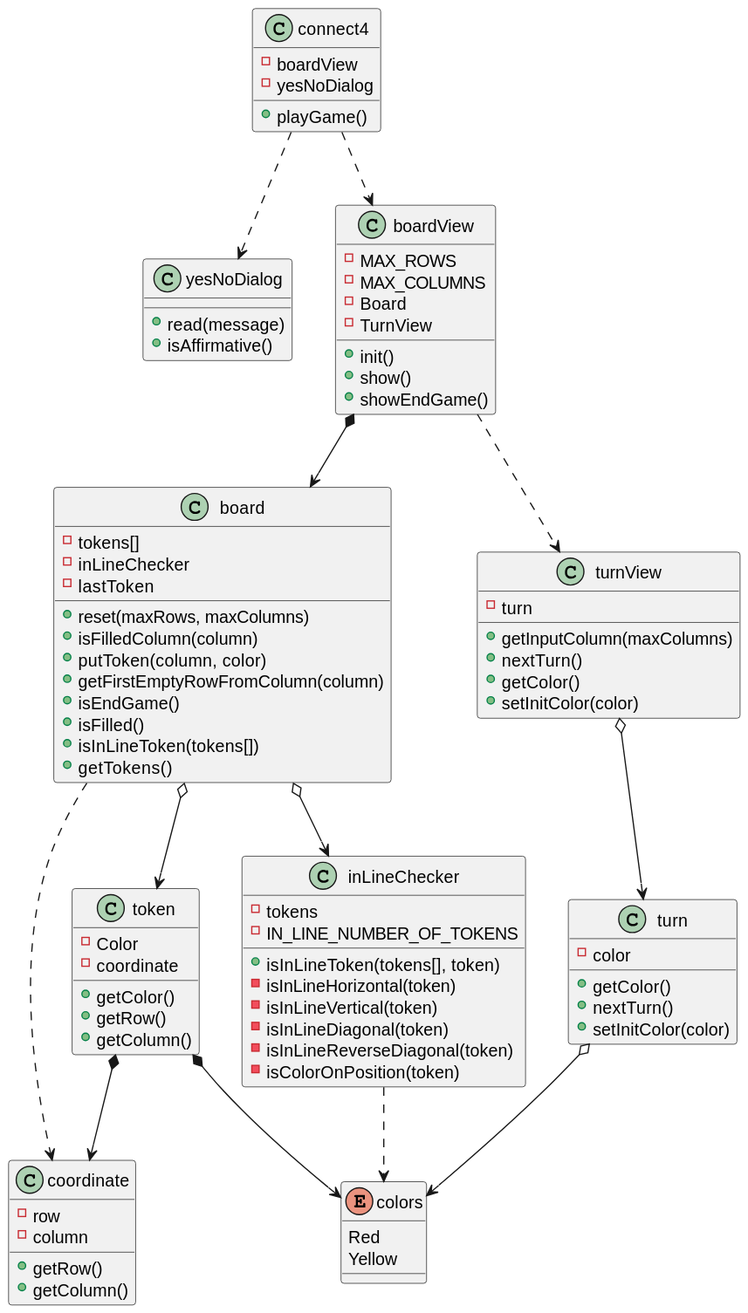
Earlier version of the PlantUML export out/UML/softwareModel/softwareModel.svg (jumpering/connect4).
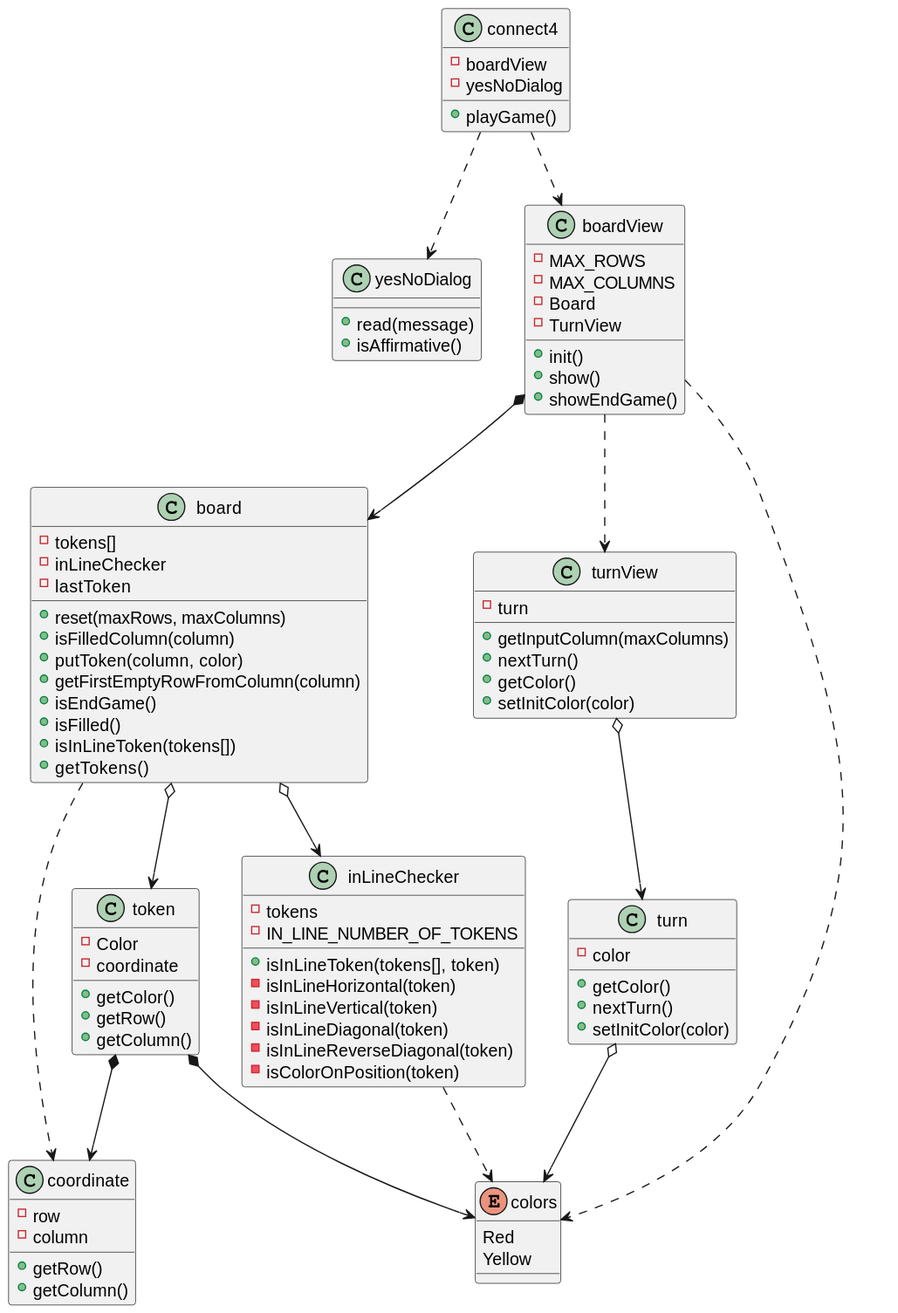
Later version of the same file.

Commit message:
use relation boardView ..> colors (setInitColors)

What changed in the source:
```diff
@@ -81,6 +81,7 @@
 connect4 ..> yesNoDialog
 boardView *--> board
 boardView ..> turnView
+boardView ..> colors
 turnView o--> turn
 board o--> token
 board o--> inLineChecker
```
